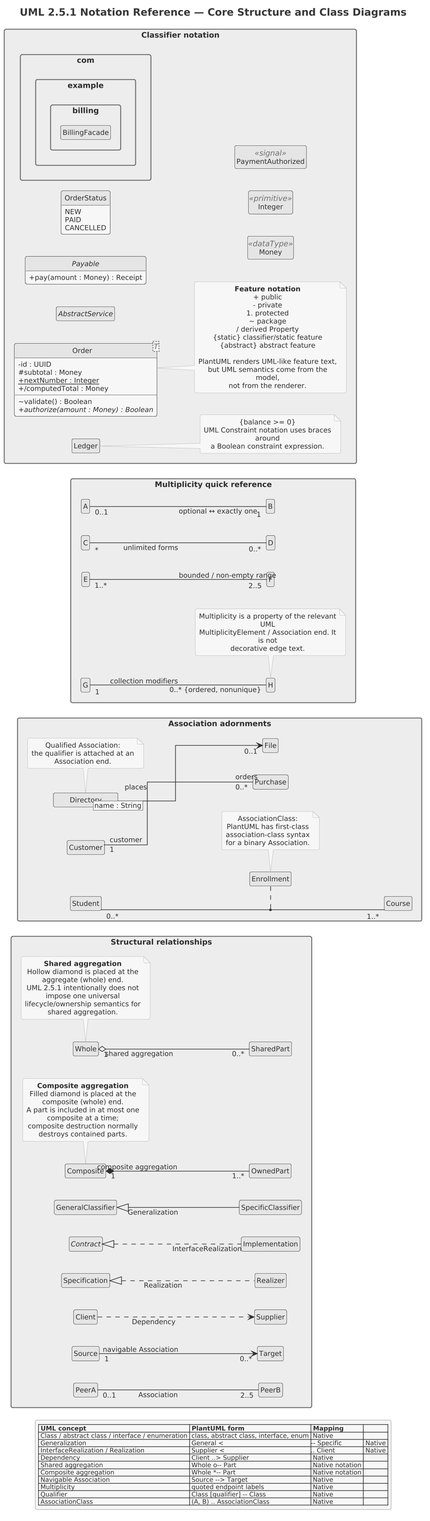
Earlier version of the PlantUML export src/architecture/uml/uml-2-5-1-legend/png/01-core-structure.png (Notoriousjayy/latex-docs). Source of this version:
```plantuml
@startuml

skinparam dpi 150



!include ../../../../tooling/styles/plantuml/structural/class-diagram-style.iuml

title UML 2.5.1 Notation Reference — Core Structure and Class Diagrams
left to right direction
skinparam monochrome true
skinparam classAttributeIconSize 0
skinparam linetype ortho
hide circle

package "Classifier notation" {
  abstract class "AbstractService" as AbstractService

  class "Order<T>" as Order {
    - id : UUID
    # subtotal : Money
    ~ validate() : Boolean
    {static} + nextNumber : Integer
    + {abstract} authorize(amount : Money) : Boolean
    + /computedTotal : Money
  }

  interface "Payable" as Payable {
    + pay(amount : Money) : Receipt
  }

  enum "OrderStatus" as OrderStatus {
    NEW
    PAID
    CANCELLED
  }

  class "Money" as Money <<dataType>>
  class "Integer" as IntegerType <<primitive>>
  class "PaymentAuthorized" as PaymentSignal <<signal>>

  class "Ledger" as Ledger
  note right of Ledger
    {balance >= 0}
    UML Constraint notation uses braces around
    a Boolean constraint expression.
  end note

  namespace com.example.billing {
    class "BillingFacade" as BillingFacade
  }

  note right of Order
    <b>Feature notation</b>
    + public
    - private
    # protected
    ~ package
    / derived Property
    {static} classifier/static feature
    {abstract} abstract feature

    PlantUML renders UML-like feature text,
    but UML semantics come from the model,
    not from the renderer.
  end note
}

package "Structural relationships" {
  class "GeneralClassifier" as General
  class "SpecificClassifier" as Specific
  General <|-- Specific : Generalization

  interface "Contract" as Contract
  class "Implementation" as Implementation
  Contract <|.. Implementation : InterfaceRealization

  class "Specification" as Specification
  class "Realizer" as Realizer
  Specification <|.. Realizer : Realization

  class "Supplier" as Supplier
  class "Client" as Client
  Client ..> Supplier : Dependency

  class "Whole" as Whole
  class "SharedPart" as SharedPart
  Whole "1" o-- "0..*" SharedPart : shared aggregation

  class "Composite" as Composite
  class "OwnedPart" as OwnedPart
  Composite "1" *-- "1..*" OwnedPart : composite aggregation

  class "Source" as Source
  class "Target" as Target
  Source "1" --> "0..*" Target : navigable Association

  class "PeerA" as PeerA
  class "PeerB" as PeerB
  PeerA "0..1" -- "2..5" PeerB : Association

  note bottom of Whole
    <b>Shared aggregation</b>
    Hollow diamond is placed at the aggregate (whole) end.
    UML 2.5.1 intentionally does not impose one universal
    lifecycle/ownership semantics for shared aggregation.
  end note

  note bottom of Composite
    <b>Composite aggregation</b>
    Filled diamond is placed at the composite (whole) end.
    A part is included in at most one composite at a time;
    composite destruction normally destroys contained parts.
  end note
}

package "Association adornments" {
  class "Directory" as Directory
  class "File" as File
  Directory [name : String] --> "0..1" File

  class "Customer" as Customer
  class "Purchase" as Purchase
  Customer "1"/customer -- "0..*"/orders Purchase : places

  class "Student" as Student
  class "Course" as Course
  class "Enrollment" as Enrollment
  Student "0..*" -- "1..*" Course
  (Student, Course) .. Enrollment

  note bottom of Directory
    Qualified Association:
    the qualifier is attached at an Association end.
  end note

  note bottom of Enrollment
    AssociationClass:
    PlantUML has first-class association-class syntax
    for a binary Association.
  end note
}

package "Multiplicity quick reference" {
  class "A" as M_A
  class "B" as M_B
  M_A "0..1" -- "1" M_B : optional ↔ exactly one

  class "C" as M_C
  class "D" as M_D
  M_C "*" -- "0..*" M_D : unlimited forms

  class "E" as M_E
  class "F" as M_F
  M_E "1..*" -- "2..5" M_F : bounded / non-empty range

  class "G" as M_G
  class "H" as M_H
  M_G "1" -- "0..* {ordered, nonunique}" M_H : collection modifiers

  note bottom
    Multiplicity is a property of the relevant UML
    MultiplicityElement / Association end. It is not
    decorative edge text.
  end note
}

legend
  |= UML concept |= PlantUML form |= Mapping |
  | Class / abstract class / interface / enumeration | class, abstract class, interface, enum | Native |
  | Generalization | General <|-- Specific | Native |
  | InterfaceRealization / Realization | Supplier <|.. Client | Native |
  | Dependency | Client ..> Supplier | Native |
  | Shared aggregation | Whole o-- Part | Native notation |
  | Composite aggregation | Whole *-- Part | Native notation |
  | Navigable Association | Source --> Target | Native |
  | Multiplicity | quoted endpoint labels | Native |
  | Qualifier | Class [qualifier] -- Class | Native |
  | AssociationClass | (A, B) .. AssociationClass | Native |
endlegend
@enduml
```
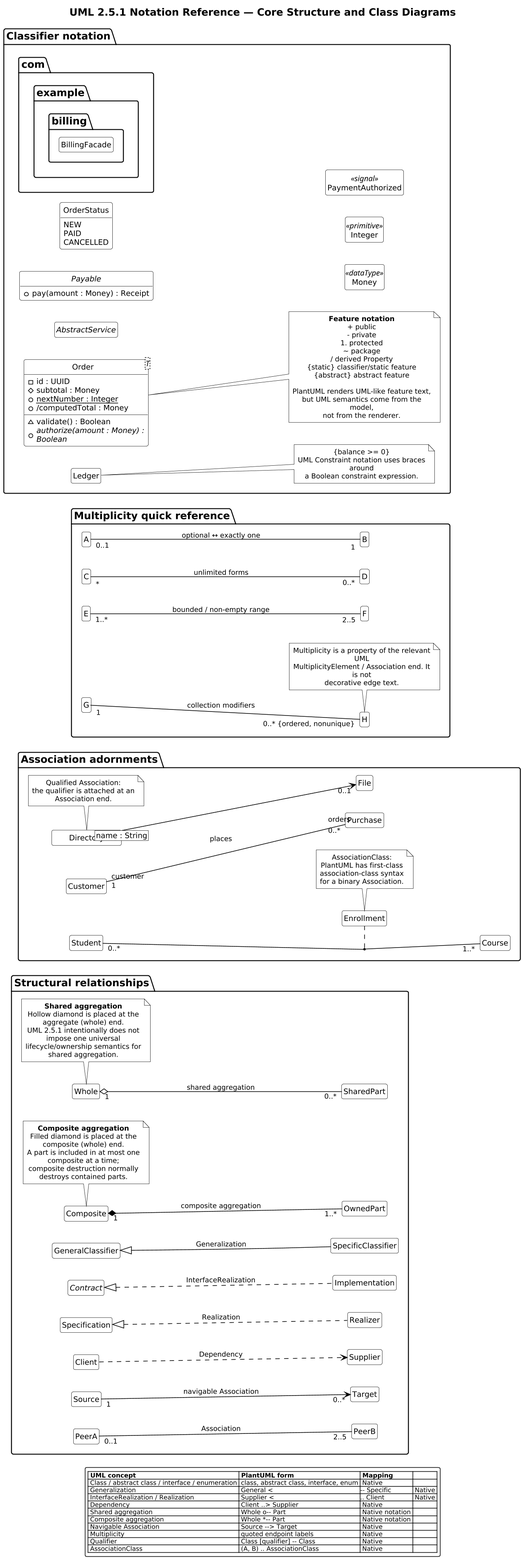
The same diagram one commit later.

Diff of the diagram source:
```diff
@@ -1,6 +1,6 @@
 @startuml
 
-skinparam dpi 150
+scale 1.5625
 
 
 
@@ -8,9 +8,7 @@
 
 title UML 2.5.1 Notation Reference — Core Structure and Class Diagrams
 left to right direction
-skinparam monochrome true
-skinparam classAttributeIconSize 0
-skinparam linetype ortho
+UML_MONOCHROME()
 hide circle
 
 package "Classifier notation" {
```
